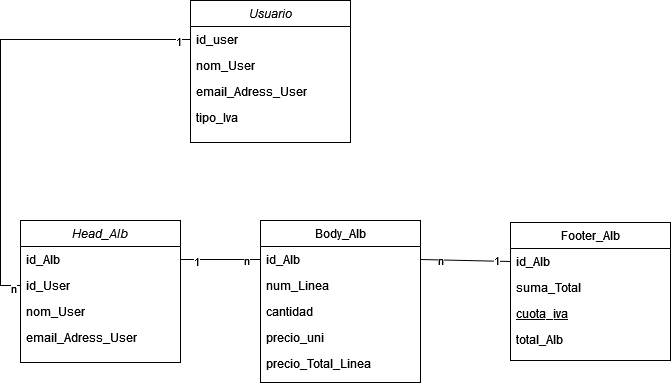
Earlier version of the draw.io export Albaran.drawio.png (Shmarte1970/drawIO). Source tidied: cells renumbered, new cells last; positions are measured from the earlier drawing's top-left corner, leaving out a move shared by most shapes.
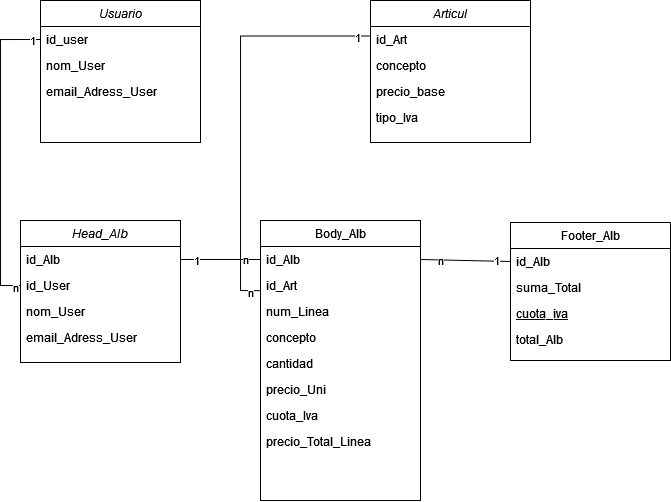
The same file after the commit.

The edit, as a diff of the source:
```diff
@@ -33,25 +33,34 @@
       <mxGeometry y="104" width="160" height="26" as="geometry" />
     </mxCell>
     <mxCell id="12" value="Body_Alb" style="swimlane;fontStyle=0;align=center;verticalAlign=top;horizontal=1;startSize=26;rounded=0;shadow=0;strokeWidth=1;" parent="1" vertex="1">
-      <mxGeometry x="240" y="220" width="160" height="162" as="geometry" />
+      <mxGeometry x="240" y="220" width="160" height="280" as="geometry" />
     </mxCell>
     <mxCell id="13" value="id_Alb" style="text;align=left;verticalAlign=top;spacingLeft=4;spacingRight=4;overflow=hidden;points=[[0,0.5],[1,0.5]];portConstraint=eastwest;" parent="12" vertex="1">
       <mxGeometry y="26" width="160" height="26" as="geometry" />
     </mxCell>
+    <mxCell id="32" value="id_Art" style="text;align=left;verticalAlign=top;spacingLeft=4;spacingRight=4;overflow=hidden;points=[[0,0.5],[1,0.5]];portConstraint=eastwest;rounded=0;shadow=0;html=0;" parent="12" vertex="1">
+      <mxGeometry y="52" width="160" height="26" as="geometry" />
+    </mxCell>
     <mxCell id="14" value="num_Linea" style="text;align=left;verticalAlign=top;spacingLeft=4;spacingRight=4;overflow=hidden;rounded=0;shadow=0;html=0;" parent="12" vertex="1">
-      <mxGeometry y="52" width="160" height="26" as="geometry" />
+      <mxGeometry y="78" width="160" height="26" as="geometry" />
     </mxCell>
+    <mxCell id="33" value="concepto" style="text;align=left;verticalAlign=top;spacingLeft=4;spacingRight=4;overflow=hidden;rounded=0;shadow=0;html=0;" parent="12" vertex="1">
+      <mxGeometry y="104" width="160" height="26" as="geometry" />
+    </mxCell>
     <mxCell id="15" value="cantidad" style="text;align=left;verticalAlign=top;spacingLeft=4;spacingRight=4;overflow=hidden;rounded=0;shadow=0;html=0;" parent="12" vertex="1">
-      <mxGeometry y="78" width="160" height="26" as="geometry" />
+      <mxGeometry y="130" width="160" height="26" as="geometry" />
     </mxCell>
-    <mxCell id="16" value="precio_uni" style="text;align=left;verticalAlign=top;spacingLeft=4;spacingRight=4;overflow=hidden;rounded=0;shadow=0;html=0;" parent="12" vertex="1">
-      <mxGeometry y="104" width="160" height="26" as="geometry" />
+    <mxCell id="16" value="precio_Uni" style="text;align=left;verticalAlign=top;spacingLeft=4;spacingRight=4;overflow=hidden;rounded=0;shadow=0;html=0;" parent="12" vertex="1">
+      <mxGeometry y="156" width="160" height="26" as="geometry" />
     </mxCell>
+    <mxCell id="34" value="cuota_Iva" style="text;align=left;verticalAlign=top;spacingLeft=4;spacingRight=4;overflow=hidden;rounded=0;shadow=0;html=0;" parent="12" vertex="1">
+      <mxGeometry y="182" width="160" height="26" as="geometry" />
+    </mxCell>
     <mxCell id="17" value="precio_Total_Linea" style="text;align=left;verticalAlign=top;spacingLeft=4;spacingRight=4;overflow=hidden;rounded=0;shadow=0;html=0;" parent="12" vertex="1">
-      <mxGeometry y="130" width="160" height="26" as="geometry" />
+      <mxGeometry y="208" width="160" height="26" as="geometry" />
     </mxCell>
     <mxCell id="18" value="Usuario" style="swimlane;fontStyle=2;align=center;verticalAlign=top;horizontal=1;startSize=26;rounded=0;shadow=0;strokeWidth=1;" parent="1" vertex="1">
-      <mxGeometry x="170" width="160" height="142" as="geometry" />
+      <mxGeometry x="20" width="160" height="142" as="geometry" />
     </mxCell>
     <mxCell id="19" value="id_user" style="text;align=left;verticalAlign=top;spacingLeft=4;spacingRight=4;overflow=hidden;points=[[0,0.5],[1,0.5]];portConstraint=eastwest;" parent="18" vertex="1">
       <mxGeometry y="26" width="160" height="26" as="geometry" />
@@ -62,9 +71,6 @@
     <mxCell id="21" value="email_Adress_User" style="text;align=left;verticalAlign=top;spacingLeft=4;spacingRight=4;overflow=hidden;rounded=0;shadow=0;html=0;" parent="18" vertex="1">
       <mxGeometry y="78" width="160" height="26" as="geometry" />
     </mxCell>
-    <mxCell id="22" value="tipo_Iva" style="text;align=left;verticalAlign=top;spacingLeft=4;spacingRight=4;overflow=hidden;" parent="18" vertex="1">
-      <mxGeometry y="104" width="160" height="26" as="geometry" />
-    </mxCell>
     <mxCell id="23" style="edgeStyle=orthogonalEdgeStyle;rounded=0;jettySize=auto;html=1;exitX=0;exitY=0.5;exitDx=0;exitDy=0;entryX=0;entryY=0.5;entryDx=0;entryDy=0;endArrow=none;endFill=0;" parent="1" edge="1" source="4" target="19">
       <mxGeometry relative="1" as="geometry" />
     </mxCell>
@@ -92,5 +98,29 @@
     <mxCell id="31" value="&lt;div&gt;1&lt;/div&gt;" style="edgeLabel;html=1;align=center;verticalAlign=middle;" parent="29" vertex="1">
       <mxGeometry x="0.67" y="1" relative="1" as="geometry" />
     </mxCell>
+    <mxCell id="35" style="edgeStyle=orthogonalEdgeStyle;rounded=0;jettySize=auto;html=1;exitX=0;exitY=0.25;exitDx=0;exitDy=0;entryX=-0.002;entryY=0.698;entryDx=0;entryDy=0;entryPerimeter=0;endArrow=none;endFill=0;" parent="1" edge="1" source="38" target="32">
+      <mxGeometry relative="1" as="geometry" />
+    </mxCell>
+    <mxCell id="36" value="1" style="edgeLabel;html=1;align=center;verticalAlign=middle;" parent="35" vertex="1">
+      <mxGeometry x="-0.94" y="1" relative="1" as="geometry" />
+    </mxCell>
+    <mxCell id="37" value="n" style="edgeLabel;html=1;align=center;verticalAlign=middle;" parent="35" vertex="1">
+      <mxGeometry x="0.95" y="-2" relative="1" as="geometry" />
+    </mxCell>
+    <mxCell id="38" value="Articul" style="swimlane;fontStyle=2;align=center;verticalAlign=top;horizontal=1;startSize=26;rounded=0;shadow=0;strokeWidth=1;" parent="1" vertex="1">
+      <mxGeometry x="350" width="160" height="142" as="geometry" />
+    </mxCell>
+    <mxCell id="39" value="id_Art" style="text;align=left;verticalAlign=top;spacingLeft=4;spacingRight=4;overflow=hidden;" parent="38" vertex="1">
+      <mxGeometry y="26" width="160" height="26" as="geometry" />
+    </mxCell>
+    <mxCell id="40" value="concepto" style="text;align=left;verticalAlign=top;spacingLeft=4;spacingRight=4;overflow=hidden;rounded=0;shadow=0;html=0;" parent="38" vertex="1">
+      <mxGeometry y="52" width="160" height="26" as="geometry" />
+    </mxCell>
+    <mxCell id="41" value="precio_base" style="text;align=left;verticalAlign=top;spacingLeft=4;spacingRight=4;overflow=hidden;rounded=0;shadow=0;html=0;" parent="38" vertex="1">
+      <mxGeometry y="78" width="160" height="26" as="geometry" />
+    </mxCell>
+    <mxCell id="22" value="tipo_Iva" style="text;align=left;verticalAlign=top;spacingLeft=4;spacingRight=4;overflow=hidden;" parent="38" vertex="1">
+      <mxGeometry y="104" width="160" height="26" as="geometry" />
+    </mxCell>
   </root>
 </mxGraphModel>
```
